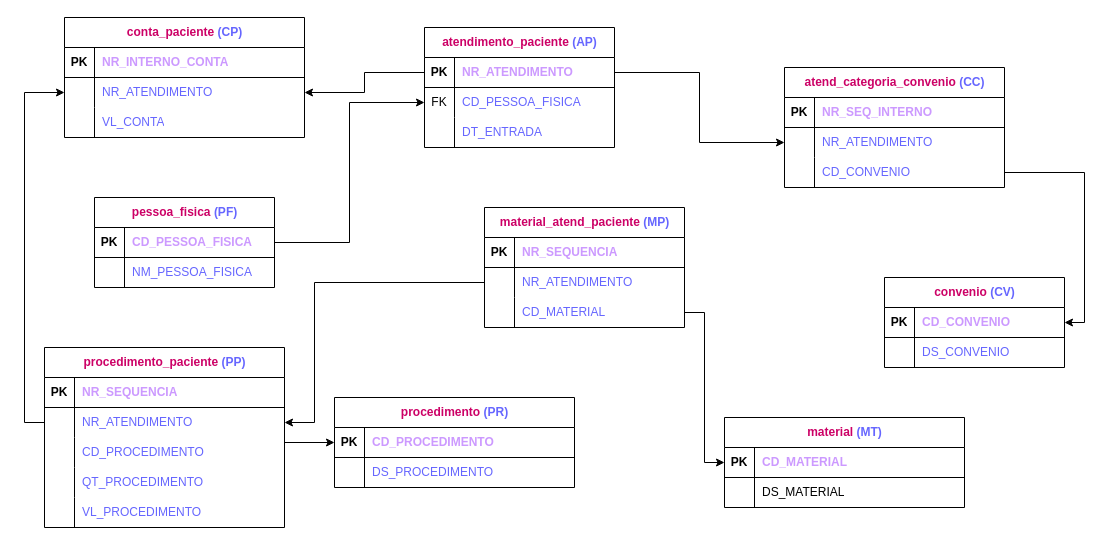
The draw.io diagram Exercício14.drawio in PatriciaGavloski/diagramas.sql, before the edit. Source tidied: cells renumbered, new cells numbered last; positions are measured from the earlier drawing's top-left corner, leaving out a move shared by most shapes. Both pictures are drawn from the tidied source at 100%, with x=0, y=0 at pixel (44, 17).
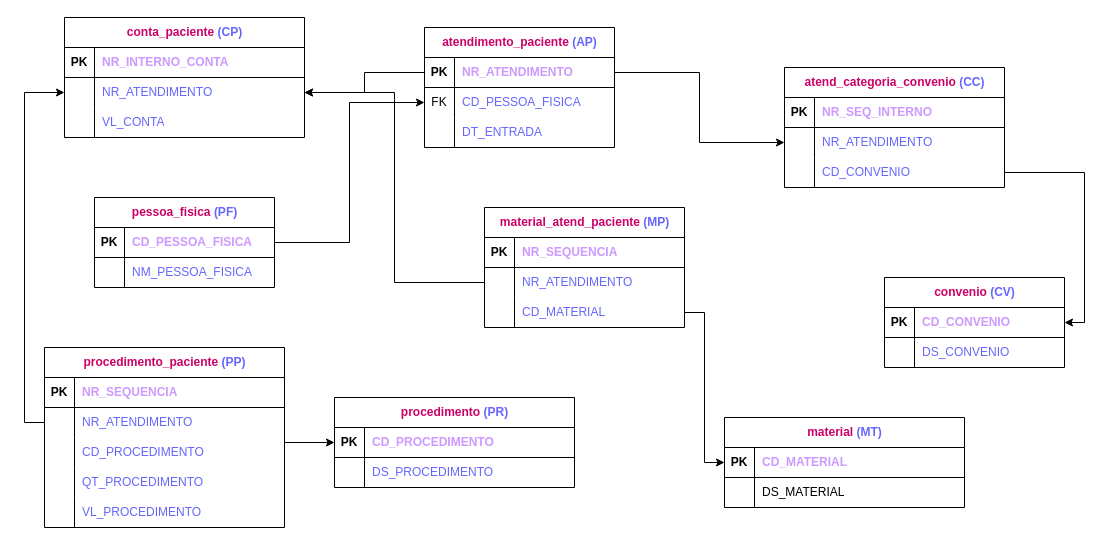
The same diagram, later.

The change refers to these unchanged cells:
```xml
<mxCell id="6" style="shape=tableRow;horizontal=0;startSize=0;swimlaneHead=0;swimlaneBody=0;fillColor=none;points=[[0,0.5],[1,0.5]];portConstraint=eastwest;top=0;left=0;right=0;bottom=0;" parent="2" vertex="1">
  <mxGeometry y="60" width="200" height="30" as="geometry" />
</mxCell>
<mxCell id="23" style="shape=tableRow;horizontal=0;startSize=0;swimlaneHead=0;swimlaneBody=0;fillColor=none;points=[[0,0.5],[1,0.5]];portConstraint=eastwest;top=0;left=0;right=0;bottom=0;" parent="19" vertex="1">
  <mxGeometry y="60" width="240" height="30" as="geometry" />
</mxCell>
<mxCell id="74" style="shape=tableRow;horizontal=0;startSize=0;swimlaneHead=0;swimlaneBody=0;fillColor=none;points=[[0,0.5],[1,0.5]];portConstraint=eastwest;top=0;left=0;right=0;bottom=0;" parent="70" vertex="1">
  <mxGeometry y="60" width="240" height="30" as="geometry" />
</mxCell>
```

Change to the diagram source:
```diff
@@
-    <mxCell id="92" style="edgeStyle=orthogonalEdgeStyle;rounded=0;jettySize=auto;html=1;exitX=0;exitY=0.5;exitDx=0;exitDy=0;entryX=1;entryY=0.5;entryDx=0;entryDy=0;" parent="1" edge="1" source="6" target="74">
-      <mxGeometry relative="1" as="geometry">
-        <Array as="points">
-          <mxPoint x="270" y="265" />
-          <mxPoint x="270" y="405" />
-        </Array>
-      </mxGeometry>
-    </mxCell>
@@
+    <mxCell id="94" style="edgeStyle=orthogonalEdgeStyle;rounded=0;jettySize=auto;html=1;exitX=0;exitY=0.5;exitDx=0;exitDy=0;entryX=1;entryY=0.5;entryDx=0;entryDy=0;" parent="1" edge="1" source="6" target="23">
+      <mxGeometry relative="1" as="geometry" />
+    </mxCell>
```
